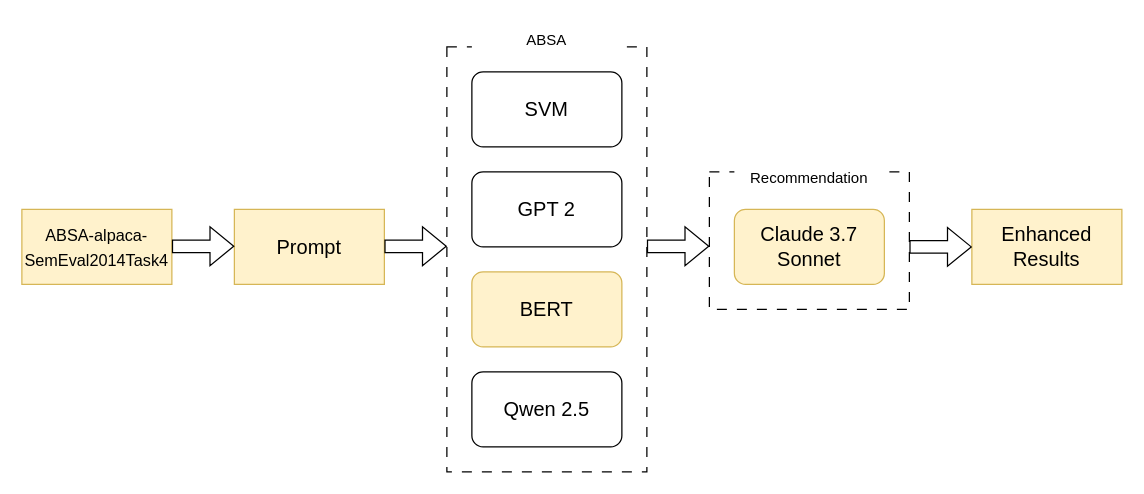
Above: 未命名绘图.drawio in Ekocms/blank-app (draw.io), before the change. Source tidied: cells renumbered, new cells numbered last; positions are measured from the earlier drawing's top-left corner, leaving out a move shared by most shapes. Both pictures are drawn from the tidied source at 125%, with x=0, y=0 at pixel (21, 21).
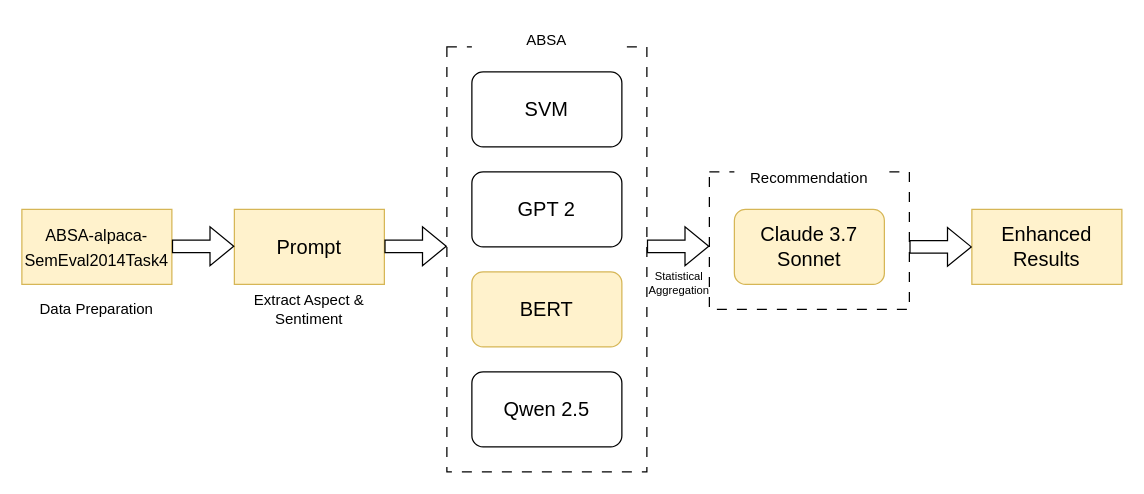
The same page after the edit.

Commit message:
更新未命名绘图.drawio

Diff of the diagram source:
```diff
@@
+    <mxCell id="18" value="Data Preparation" style="rounded=0;whiteSpace=wrap;html=1;strokeColor=none;" parent="1" vertex="1">
+      <mxGeometry y="215" width="120" height="30" as="geometry" />
+    </mxCell>
+    <mxCell id="19" value="Extract Aspect &amp;amp; Sentiment" style="rounded=0;whiteSpace=wrap;html=1;strokeColor=none;" parent="1" vertex="1">
+      <mxGeometry x="170" y="215" width="120" height="30" as="geometry" />
+    </mxCell>
+    <mxCell id="20" value="Statistical Aggregation" style="rounded=0;whiteSpace=wrap;html=1;strokeColor=none;fillColor=none;fontSize=9;" parent="1" vertex="1">
+      <mxGeometry x="486" y="194" width="80" height="30" as="geometry" />
+    </mxCell>
```
